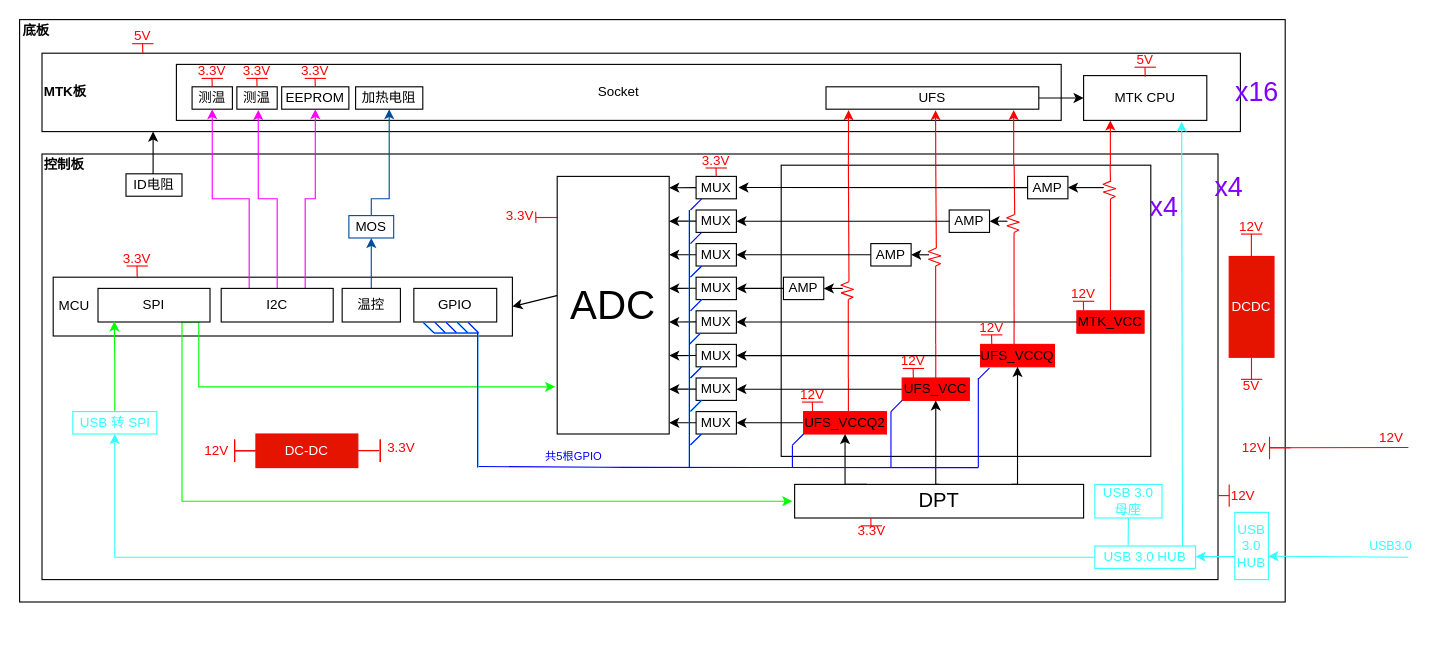
Above: draw.io/Untitled Diagram.drawio in 8f67ded9/draw.io (draw.io), before the change. Source tidied: cells renumbered, new cells numbered last; positions are measured from the earlier drawing's top-left corner, leaving out a move shared by most shapes. Both pictures are drawn from the tidied source at 112%, with x=0, y=0 at pixel (19, 19).
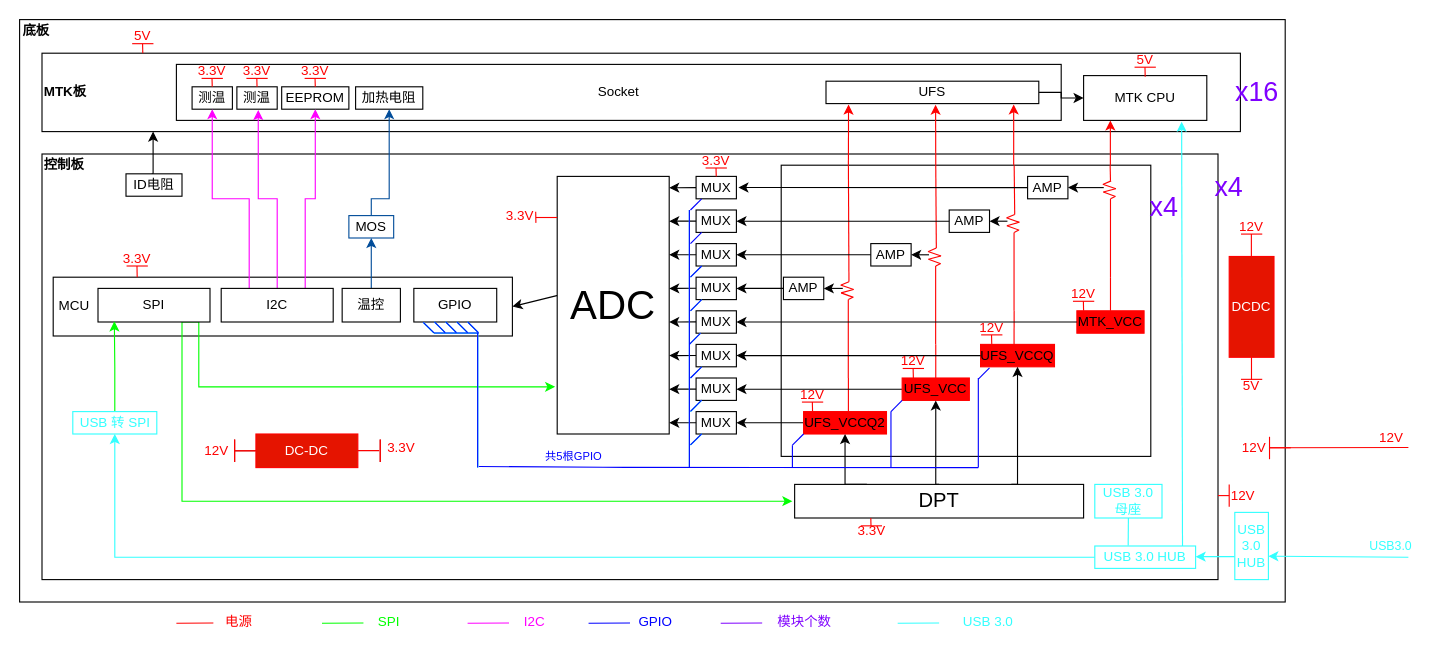
Above is the later version.

The edit, as a diff of the source:
```diff
@@
     <mxCell id="14" value="UFS" style="rounded=0;whiteSpace=wrap;html=1;" parent="1" vertex="1">
-      <mxGeometry x="720" y="60" width="190" height="20" as="geometry" />
+      <mxGeometry x="720" y="55" width="190" height="20" as="geometry" />
     </mxCell>
@@
+    <mxCell id="237" value="电源" style="text;html=1;strokeColor=none;fillColor=none;align=center;verticalAlign=middle;whiteSpace=wrap;rounded=0;fontColor=#FF0000;" parent="1" vertex="1">
+      <mxGeometry x="182" y="530" width="28" height="15" as="geometry" />
+    </mxCell>
+    <mxCell id="238" style="endArrow=none;html=1;exitX=0;exitY=0.5;exitDx=0;exitDy=0;fillColor=#e51400;strokeColor=#FF0000;" parent="1" edge="1">
+      <mxGeometry relative="1" as="geometry">
+        <mxPoint x="173" y="538.8" as="sourcePoint" />
+        <mxPoint x="140" y="539" as="targetPoint" />
+      </mxGeometry>
+    </mxCell>
+    <mxCell id="239" value="SPI" style="text;html=1;strokeColor=none;fillColor=none;align=center;verticalAlign=middle;whiteSpace=wrap;rounded=0;fontColor=#00FF00;" parent="1" vertex="1">
+      <mxGeometry x="316" y="530" width="28" height="15" as="geometry" />
+    </mxCell>
+    <mxCell id="240" style="endArrow=none;html=1;exitX=0;exitY=0.5;exitDx=0;exitDy=0;fillColor=#e51400;fontColor=#00FF00;strokeColor=#00FF00;" parent="1" edge="1">
+      <mxGeometry relative="1" as="geometry">
+        <mxPoint x="307" y="538.8" as="sourcePoint" />
+        <mxPoint x="270" y="539" as="targetPoint" />
+      </mxGeometry>
+    </mxCell>
+    <mxCell id="241" value="I2C" style="text;html=1;strokeColor=none;fillColor=none;align=center;verticalAlign=middle;whiteSpace=wrap;rounded=0;fontColor=#FF00FF;" parent="1" vertex="1">
+      <mxGeometry x="446" y="530" width="28" height="15" as="geometry" />
+    </mxCell>
+    <mxCell id="242" style="endArrow=none;html=1;exitX=0;exitY=0.5;exitDx=0;exitDy=0;fillColor=#e51400;fontColor=#FF00FF;strokeColor=#FF00FF;" parent="1" edge="1">
+      <mxGeometry relative="1" as="geometry">
+        <mxPoint x="437" y="538.8" as="sourcePoint" />
+        <mxPoint x="400" y="539" as="targetPoint" />
+      </mxGeometry>
+    </mxCell>
+    <mxCell id="243" value="GPIO" style="text;html=1;strokeColor=none;fillColor=none;align=center;verticalAlign=middle;whiteSpace=wrap;rounded=0;fontColor=#0000FF;" parent="1" vertex="1">
+      <mxGeometry x="554" y="530" width="28" height="15" as="geometry" />
+    </mxCell>
+    <mxCell id="244" style="endArrow=none;html=1;exitX=0;exitY=0.5;exitDx=0;exitDy=0;fillColor=#e51400;fontColor=#0000FF;strokeColor=#0000FF;" parent="1" edge="1">
+      <mxGeometry relative="1" as="geometry">
+        <mxPoint x="545" y="538.8" as="sourcePoint" />
+        <mxPoint x="508" y="539" as="targetPoint" />
+      </mxGeometry>
+    </mxCell>
+    <mxCell id="245" value="模块个数" style="text;html=1;strokeColor=none;fillColor=none;align=center;verticalAlign=middle;whiteSpace=wrap;rounded=0;fontColor=#7F00FF;" parent="1" vertex="1">
+      <mxGeometry x="672" y="530" width="58" height="15" as="geometry" />
+    </mxCell>
+    <mxCell id="246" style="endArrow=none;html=1;exitX=0;exitY=0.5;exitDx=0;exitDy=0;fillColor=#e51400;fontColor=#7F00FF;strokeColor=#7F00FF;" parent="1" edge="1">
+      <mxGeometry relative="1" as="geometry">
+        <mxPoint x="663" y="538.8" as="sourcePoint" />
+        <mxPoint x="626" y="539" as="targetPoint" />
+      </mxGeometry>
+    </mxCell>
+    <mxCell id="247" value="USB 3.0" style="text;html=1;strokeColor=none;fillColor=none;align=center;verticalAlign=middle;whiteSpace=wrap;rounded=0;fontColor=#33FFFF;" parent="1" vertex="1">
+      <mxGeometry x="830" y="530" width="70" height="15" as="geometry" />
+    </mxCell>
+    <mxCell id="248" style="endArrow=none;html=1;exitX=0;exitY=0.5;exitDx=0;exitDy=0;fillColor=#e51400;fontColor=#33FFFF;strokeColor=#33FFFF;" parent="1" edge="1">
+      <mxGeometry relative="1" as="geometry">
+        <mxPoint x="821" y="538.8" as="sourcePoint" />
+        <mxPoint x="784" y="539" as="targetPoint" />
+      </mxGeometry>
+    </mxCell>
```
